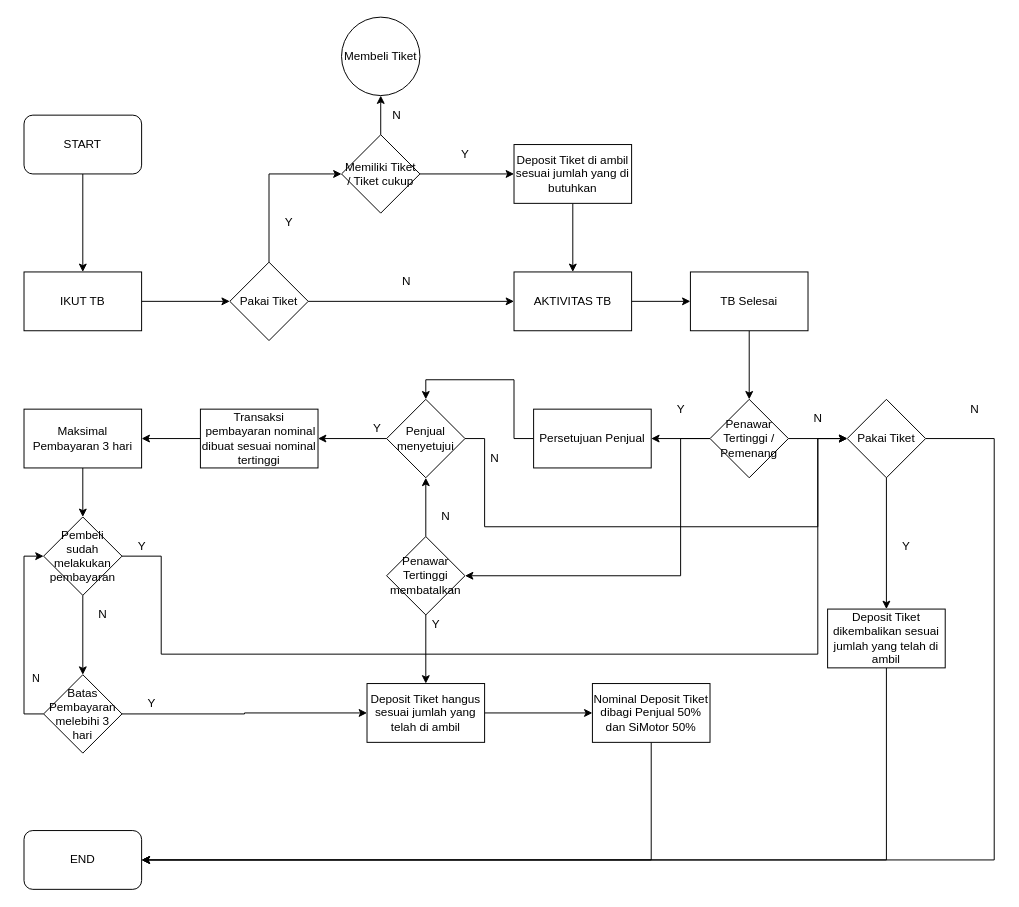
digitalnayaka/diagramsimotor keeps this draw.io diagram as page "Tawar Bersama" (2 of 5) of Diagram Tanpa Judul.drawio. Above is the earlier version. Source tidied: cells renumbered, new cells numbered last; positions are measured from the earlier drawing's top-left corner, leaving out a move shared by most shapes. Both pictures are drawn from the tidied source at 98%, with x=0, y=0 at pixel (24, 17).
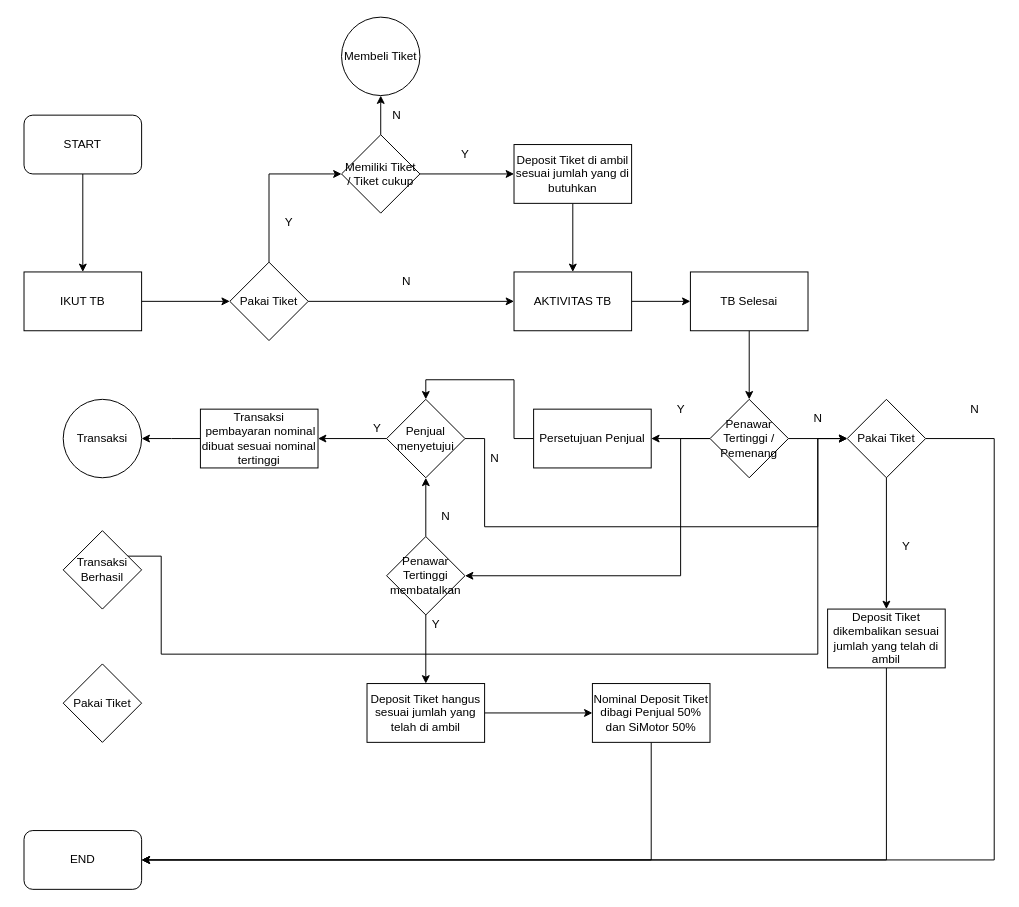
The same diagram, later.

The change refers to these unchanged cells:
```xml
<mxCell id="25" value="Pakai Tiket" style="rhombus;whiteSpace=wrap;html=1;" parent="1" vertex="1">
  <mxGeometry x="840" y="390" width="80" height="80" as="geometry" />
</mxCell>
<mxCell id="38" value="Deposit Tiket hangus sesuai jumlah yang telah di ambil" style="rounded=0;whiteSpace=wrap;html=1;" parent="1" vertex="1">
  <mxGeometry x="350" y="680" width="120" height="60" as="geometry" />
</mxCell>
<mxCell id="42" value="Transaksi &amp;nbsp;pembayaran nominal dibuat sesuai nominal tertinggi" style="rounded=0;whiteSpace=wrap;html=1;" parent="1" vertex="1">
  <mxGeometry x="180" y="400" width="120" height="60" as="geometry" />
</mxCell>
```

What changed in the source:
```diff
@@
-    <mxCell id="41" style="edgeStyle=orthogonalEdgeStyle;rounded=0;jettySize=auto;html=1;exitX=0;exitY=0.5;exitDx=0;exitDy=0;entryX=1;entryY=0.5;entryDx=0;entryDy=0;" parent="1" edge="1" source="42" target="44">
-      <mxGeometry relative="1" as="geometry" />
+    <mxCell id="41" style="edgeStyle=orthogonalEdgeStyle;rounded=0;jettySize=auto;html=1;exitX=0;exitY=0.5;exitDx=0;exitDy=0;entryX=1;entryY=0.5;entryDx=0;entryDy=0;" parent="1" edge="1" source="42">
+      <mxGeometry relative="1" as="geometry">
+        <mxPoint x="120" y="430" as="targetPoint" />
+      </mxGeometry>
     </mxCell>
@@
-    <mxCell id="43" style="edgeStyle=orthogonalEdgeStyle;rounded=0;jettySize=auto;html=1;exitX=0.5;exitY=1;exitDx=0;exitDy=0;entryX=0.5;entryY=0;entryDx=0;entryDy=0;" parent="1" edge="1" source="44" target="47">
-      <mxGeometry relative="1" as="geometry" />
-    </mxCell>
-    <mxCell id="44" value="Maksimal Pembayaran 3 hari" style="rounded=0;whiteSpace=wrap;html=1;" parent="1" vertex="1">
-      <mxGeometry y="400" width="120" height="60" as="geometry" />
-    </mxCell>
-    <mxCell id="45" style="edgeStyle=orthogonalEdgeStyle;rounded=0;jettySize=auto;html=1;exitX=1;exitY=0.5;exitDx=0;exitDy=0;entryX=0;entryY=0.5;entryDx=0;entryDy=0;" parent="1" edge="1" source="47" target="25">
+    <mxCell id="45" style="edgeStyle=orthogonalEdgeStyle;rounded=0;jettySize=auto;html=1;exitX=1;exitY=0.5;exitDx=0;exitDy=0;entryX=0;entryY=0.5;entryDx=0;entryDy=0;" parent="1" edge="1" target="25">
       <mxGeometry relative="1" as="geometry">
+        <mxPoint x="100" y="550" as="sourcePoint" />
         <Array as="points">
           <mxPoint x="140" y="550" />
           <mxPoint x="140" y="650" />
           <mxPoint x="810" y="650" />
           <mxPoint x="810" y="430" />
         </Array>
       </mxGeometry>
     </mxCell>
-    <mxCell id="46" style="edgeStyle=orthogonalEdgeStyle;rounded=0;jettySize=auto;html=1;exitX=0.5;exitY=1;exitDx=0;exitDy=0;entryX=0.5;entryY=0;entryDx=0;entryDy=0;" parent="1" edge="1" source="47" target="51">
-      <mxGeometry relative="1" as="geometry" />
-    </mxCell>
-    <mxCell id="47" value="Pembeli sudah melakukan pembayaran" style="rhombus;whiteSpace=wrap;html=1;" parent="1" vertex="1">
-      <mxGeometry x="20" y="510" width="80" height="80" as="geometry" />
-    </mxCell>
-    <mxCell id="48" style="edgeStyle=orthogonalEdgeStyle;rounded=0;jettySize=auto;html=1;exitX=0;exitY=0.5;exitDx=0;exitDy=0;entryX=0;entryY=0.5;entryDx=0;entryDy=0;" parent="1" edge="1" source="51" target="47">
-      <mxGeometry relative="1" as="geometry" />
-    </mxCell>
-    <mxCell id="49" value="N" style="edgeLabel;html=1;align=center;verticalAlign=middle;" parent="48" vertex="1">
-      <mxGeometry x="-0.43" y="-11" relative="1" as="geometry" />
-    </mxCell>
-    <mxCell id="50" style="edgeStyle=orthogonalEdgeStyle;rounded=0;jettySize=auto;html=1;exitX=1;exitY=0.5;exitDx=0;exitDy=0;entryX=0;entryY=0.5;entryDx=0;entryDy=0;" parent="1" edge="1" source="51" target="38">
-      <mxGeometry relative="1" as="geometry" />
-    </mxCell>
-    <mxCell id="51" value="Batas Pembayaran melebihi 3 hari" style="rhombus;whiteSpace=wrap;html=1;" parent="1" vertex="1">
-      <mxGeometry x="20" y="671" width="80" height="80" as="geometry" />
-    </mxCell>
@@
-    <mxCell id="63" value="Y" style="text;html=1;align=center;verticalAlign=middle;strokeColor=none;fillColor=none;" parent="1" vertex="1">
-      <mxGeometry x="105" y="525" width="30" height="30" as="geometry" />
-    </mxCell>
-    <mxCell id="64" value="N" style="text;html=1;align=center;verticalAlign=middle;strokeColor=none;fillColor=none;" parent="1" vertex="1">
-      <mxGeometry x="65" y="595" width="30" height="30" as="geometry" />
-    </mxCell>
-    <mxCell id="65" value="Y" style="text;html=1;align=center;verticalAlign=middle;strokeColor=none;fillColor=none;" parent="1" vertex="1">
-      <mxGeometry x="115" y="685" width="30" height="30" as="geometry" />
-    </mxCell>
@@
+    <mxCell id="67" value="Transaksi" style="ellipse;whiteSpace=wrap;html=1;" parent="1" vertex="1">
+      <mxGeometry x="40" y="390" width="80" height="80" as="geometry" />
+    </mxCell>
+    <mxCell id="68" value="Transaksi Berhasil" style="rhombus;whiteSpace=wrap;html=1;" parent="1" vertex="1">
+      <mxGeometry x="40" y="524" width="80" height="80" as="geometry" />
+    </mxCell>
+    <mxCell id="69" value="Pakai Tiket" style="rhombus;whiteSpace=wrap;html=1;" parent="1" vertex="1">
+      <mxGeometry x="40" y="660" width="80" height="80" as="geometry" />
+    </mxCell>
```
